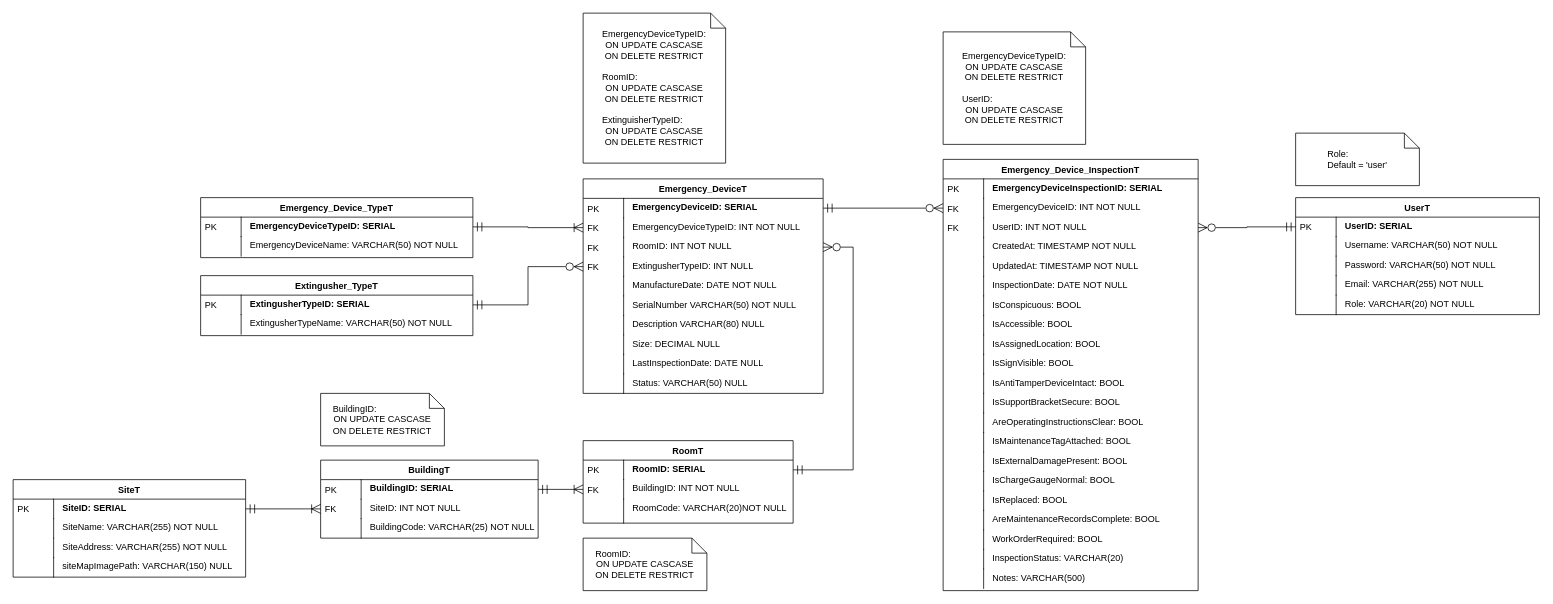
Earlier version of the draw.io diagram Diagrams/ERD/erd.drawio (AlexGithub777/BAP---Project). Source tidied: cells renumbered, new cells numbered last; positions are measured from the earlier drawing's top-left corner, leaving out a move shared by most shapes. Both pictures are drawn from the tidied source at 75%, with x=0, y=0 at pixel (13, 13).
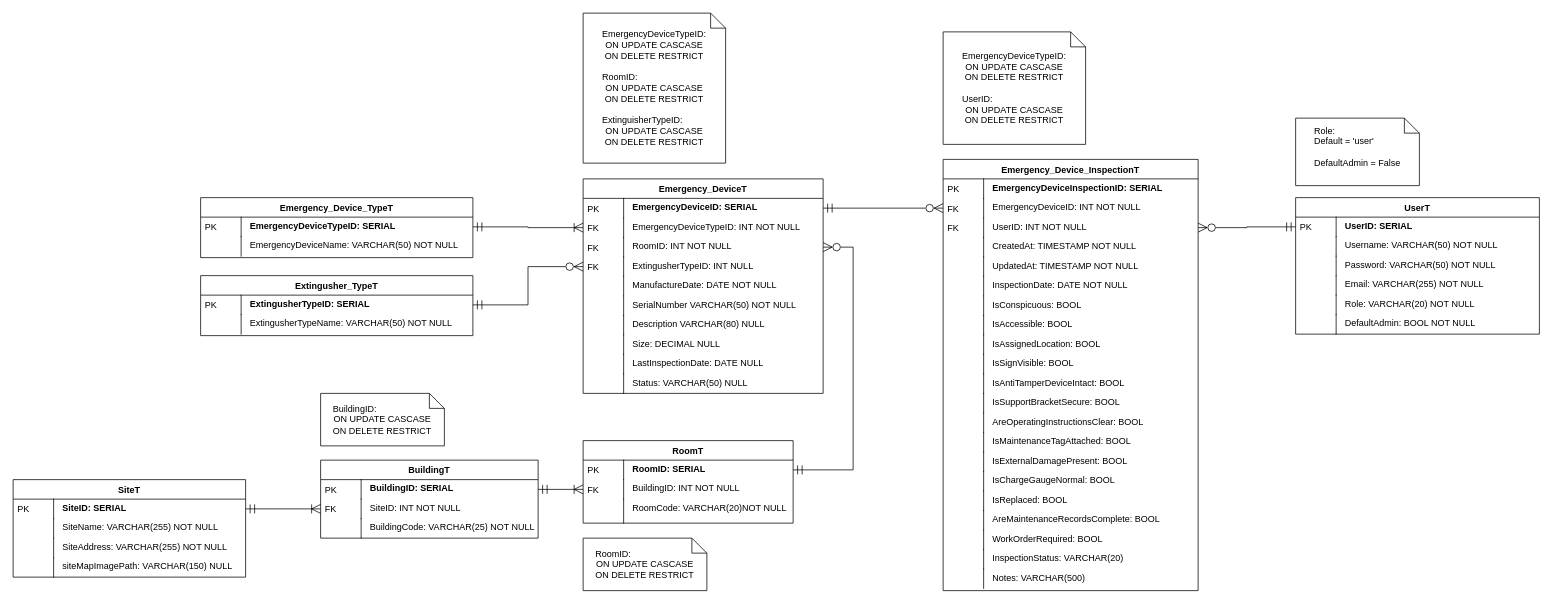
The same diagram, later.

The edit, as a diff of the source:
```diff
@@
     <mxCell id="89" value="UserT" style="swimlane;fontStyle=1;horizontal=1;startSize=26;fillColor=default;swimlaneFillColor=default;align=center;" parent="1" vertex="1">
-      <mxGeometry x="1710" y="246" width="325" height="156" as="geometry" />
+      <mxGeometry x="1710" y="246" width="325" height="182" as="geometry" />
     </mxCell>
@@
+    <mxCell id="122" value="DefaultAdmin: BOOL NOT NULL" style="shape=partialRectangle;top=0;left=0;right=0;bottom=0;align=left;verticalAlign=top;spacingTop=-2;fillColor=none;spacingLeft=64;spacingRight=4;overflow=hidden;" parent="89" vertex="1">
+      <mxGeometry y="156" width="325" height="26" as="geometry" />
+    </mxCell>
+    <mxCell id="123" style="shape=partialRectangle;top=0;left=0;bottom=0;fillColor=none;align=left;verticalAlign=middle;spacingLeft=4;spacingRight=4;overflow=hidden;" parent="122" vertex="1">
+      <mxGeometry width="54" height="26" as="geometry" />
+    </mxCell>
@@
-    <mxCell id="121" value="&lt;div style=&quot;text-align: left;&quot;&gt;&lt;span style=&quot;background-color: initial;&quot;&gt;Role:&lt;/span&gt;&lt;/div&gt;&lt;div style=&quot;text-align: left;&quot;&gt;Default = 'user'&lt;/div&gt;" style="shape=note;size=20;whiteSpace=wrap;html=1;" parent="1" vertex="1">
-      <mxGeometry x="1710" y="160" width="165" height="70" as="geometry" />
+    <mxCell id="121" value="&lt;div style=&quot;text-align: left;&quot;&gt;&lt;span style=&quot;background-color: initial;&quot;&gt;Role:&lt;/span&gt;&lt;/div&gt;&lt;div style=&quot;text-align: left;&quot;&gt;Default = 'user'&lt;/div&gt;&lt;div style=&quot;text-align: left;&quot;&gt;&lt;br&gt;DefaultAdmin = False&lt;/div&gt;&lt;div style=&quot;text-align: left;&quot;&gt;&lt;br&gt;&lt;/div&gt;" style="shape=note;size=20;whiteSpace=wrap;html=1;" parent="1" vertex="1">
+      <mxGeometry x="1710" y="140" width="165" height="90" as="geometry" />
     </mxCell>
```
